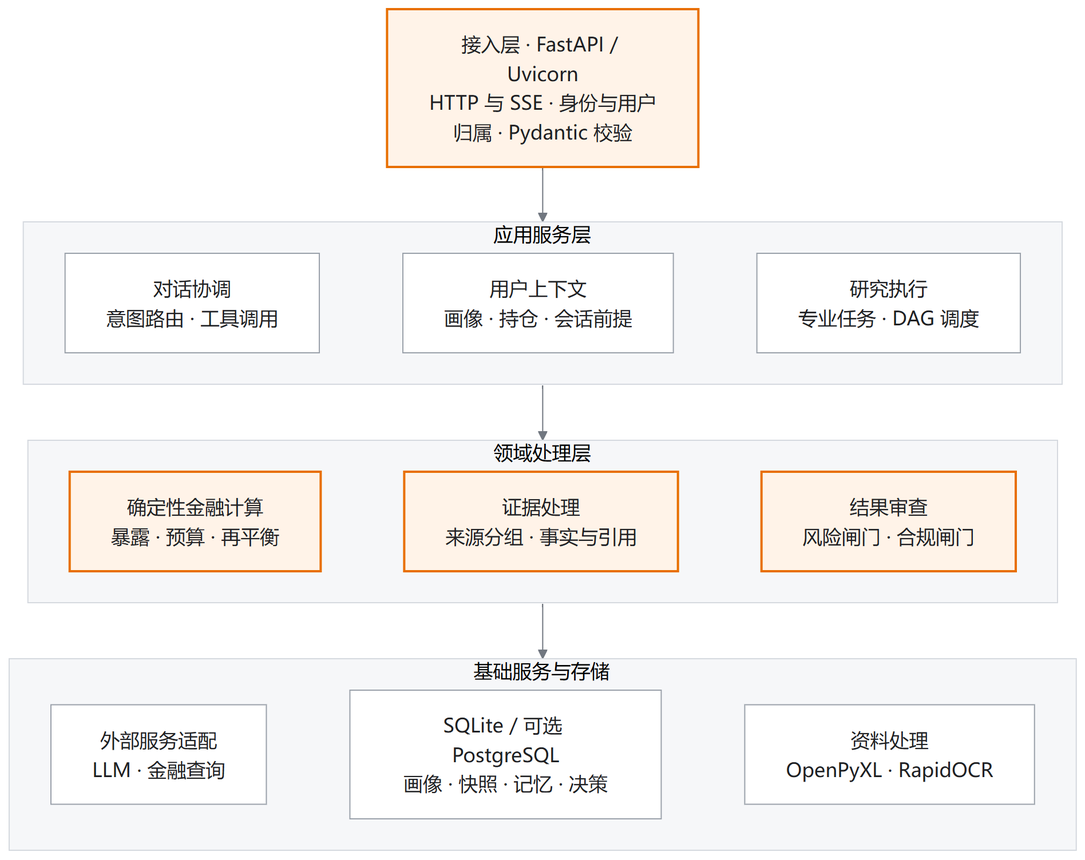
1917173927/prism keeps this Mermaid diagram as docs/submission/figures/backend-framework.png. Above is the earlier version. Its source is kept beside it as docs/submission/figures/backend-framework.mmd.
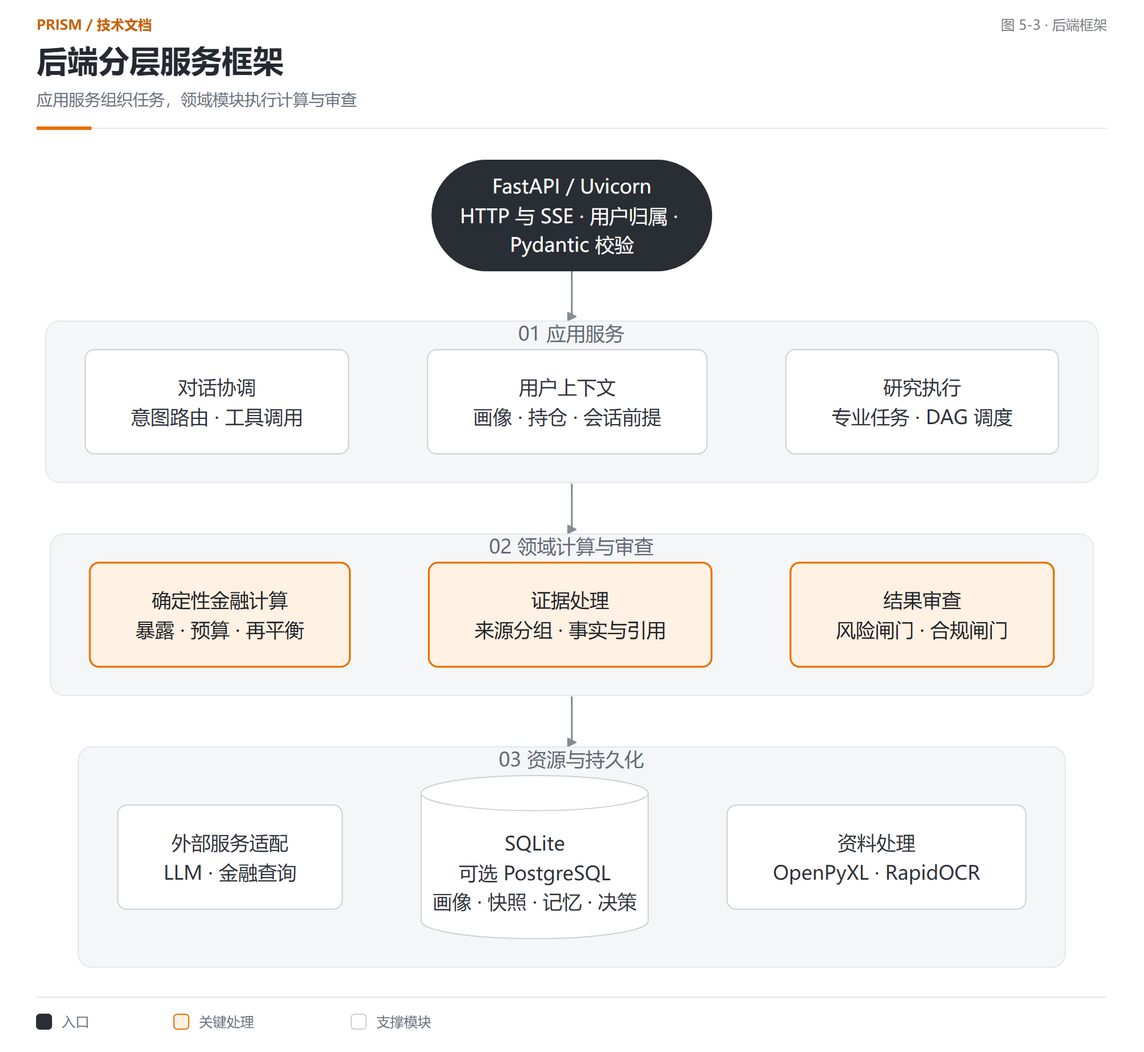
The same file after the commit.

The edit, as a diff of the source:
```diff
@@ -1,6 +1,6 @@
 flowchart TD
-  access["接入层 · FastAPI / Uvicorn<br/>HTTP 与 SSE · 身份与用户归属 · Pydantic 校验"] --> services
-  subgraph services[应用服务层]
+  access(["FastAPI / Uvicorn<br/>HTTP 与 SSE · 用户归属 · Pydantic 校验"]) --> services
+  subgraph services[01  应用服务]
     direction LR
     dialogue["对话协调<br/>意图路由 · 工具调用"]
     context["用户上下文<br/>画像 · 持仓 · 会话前提"]
@@ -8,7 +8,7 @@
     dialogue ~~~ context ~~~ research
   end
   services --> domain
-  subgraph domain[领域处理层]
+  subgraph domain[02  领域计算与审查]
     direction LR
     calc["确定性金融计算<br/>暴露 · 预算 · 再平衡"]
     evidence["证据处理<br/>来源分组 · 事实与引用"]
@@ -16,14 +16,16 @@
     calc ~~~ evidence ~~~ gates
   end
   domain --> infrastructure
-  subgraph infrastructure[基础服务与存储]
+  subgraph infrastructure[03  资源与持久化]
     direction LR
     providers["外部服务适配<br/>LLM · 金融查询"]
-    storage["SQLite / 可选 PostgreSQL<br/>画像 · 快照 · 记忆 · 决策"]
+    storage[("SQLite<br/>可选 PostgreSQL<br/>画像 · 快照 · 记忆 · 决策")]
     imports["资料处理<br/>OpenPyXL · RapidOCR"]
     providers ~~~ storage ~~~ imports
   end
-  classDef accent fill:#fff3e8,stroke:#e86f00,color:#202124,stroke-width:2px
-  classDef base fill:#ffffff,stroke:#9aa1aa,color:#202124
-  class access,calc,evidence,gates accent
+  classDef accent fill:#fff1e3,stroke:#e86f00,color:#202124,stroke-width:1.6px
+  classDef base fill:#ffffff,stroke:#cbd0d6,color:#30343b
+  classDef dark fill:#292d34,stroke:#292d34,color:#ffffff
+  class access dark
+  class calc,evidence,gates accent
   class dialogue,context,research,providers,storage,imports base
```
